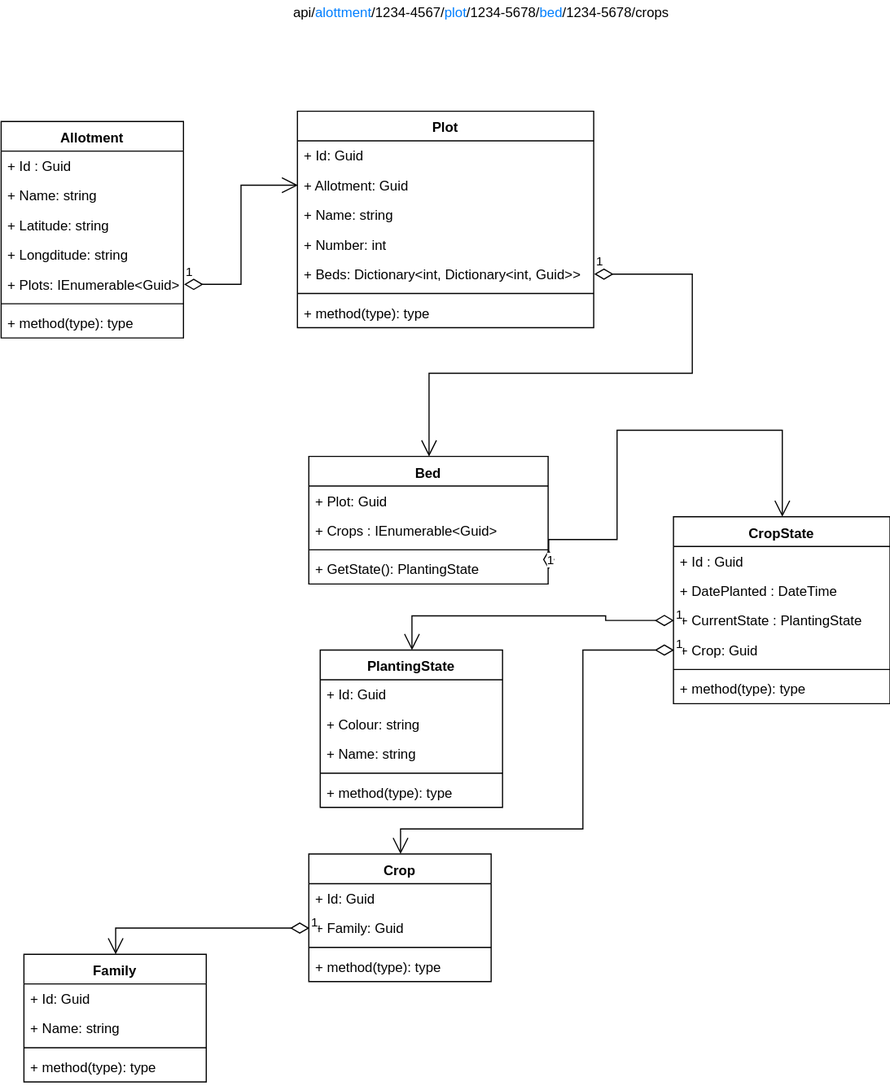
The draw.io diagram docs/architecture/ClassDiagram.svg in SvenPam/Yield-Allotmenteering-App, before a commit. Source tidied: cells renumbered, new cells last; positions are measured from the earlier drawing's top-left corner, leaving out a move shared by most shapes.
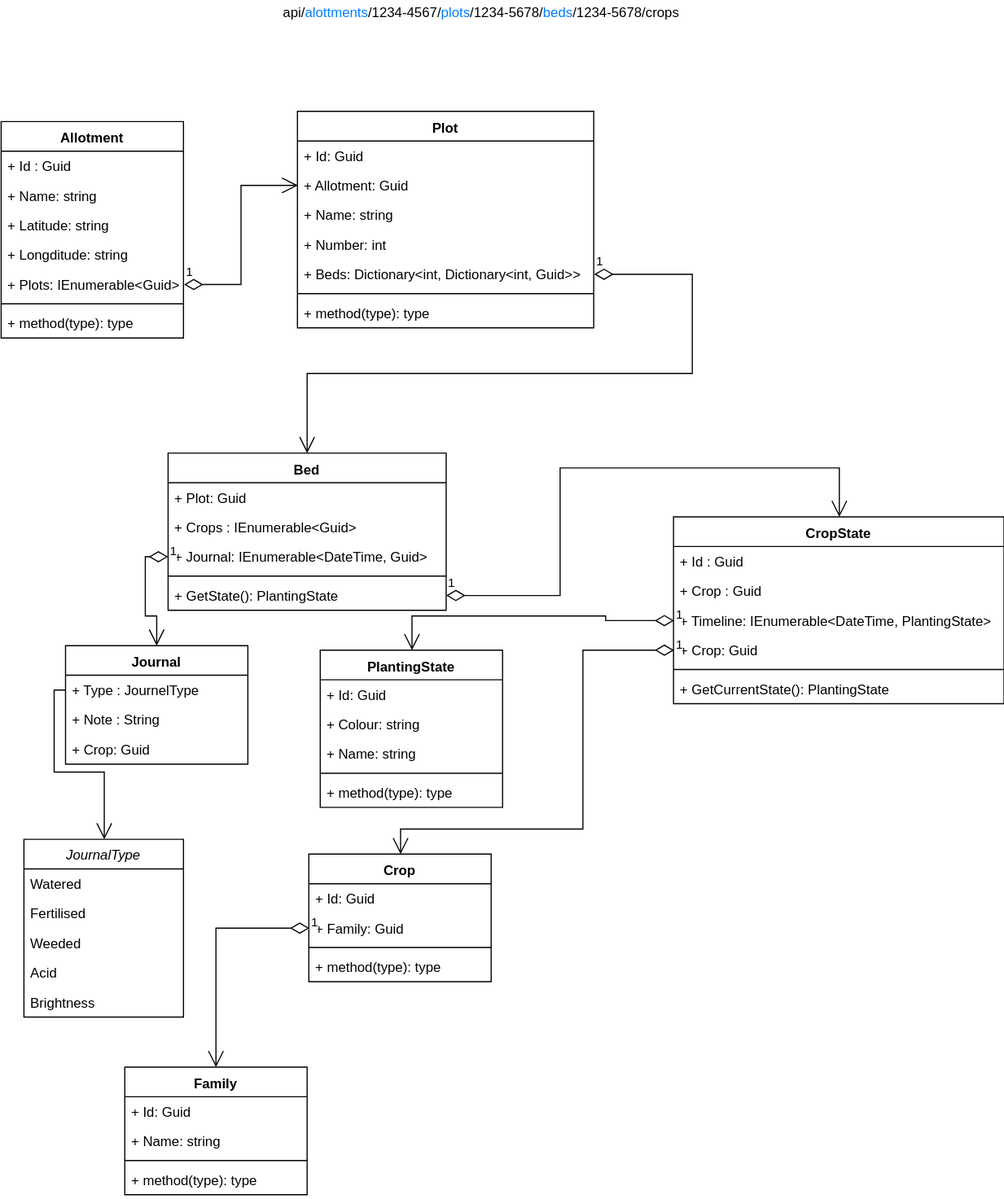
The same diagram one commit later.

What changed in the source:
```diff
@@ -66,22 +66,25 @@
       <mxGeometry y="86" width="160" height="26" as="geometry" />
     </mxCell>
     <mxCell id="23" value="Bed" style="swimlane;fontStyle=1;align=center;verticalAlign=top;horizontal=1;startSize=26;" parent="1" vertex="1">
-      <mxGeometry x="269.5" y="400" width="210" height="112" as="geometry" />
+      <mxGeometry x="146" y="397" width="244" height="138" as="geometry" />
     </mxCell>
     <mxCell id="24" value="+ Plot: Guid" style="text;strokeColor=none;fillColor=none;align=left;verticalAlign=top;spacingLeft=4;spacingRight=4;overflow=hidden;" parent="23" vertex="1">
-      <mxGeometry y="26" width="210" height="26" as="geometry" />
+      <mxGeometry y="26" width="244" height="26" as="geometry" />
     </mxCell>
     <mxCell id="25" value="+ Crops : IEnumerable&lt;Guid&gt;" style="text;strokeColor=none;fillColor=none;align=left;verticalAlign=top;spacingLeft=4;spacingRight=4;overflow=hidden;" parent="23" vertex="1">
-      <mxGeometry y="52" width="210" height="26" as="geometry" />
+      <mxGeometry y="52" width="244" height="26" as="geometry" />
     </mxCell>
+    <mxCell id="53" value="+ Journal: IEnumerable&lt;DateTime, Guid&gt;" style="text;strokeColor=none;fillColor=none;align=left;verticalAlign=top;spacingLeft=4;spacingRight=4;overflow=hidden;points=[[0,0.5],[1,0.5]];portConstraint=eastwest;" parent="23" vertex="1">
+      <mxGeometry y="78" width="244" height="26" as="geometry" />
+    </mxCell>
     <mxCell id="26" style="line;strokeWidth=1;fillColor=none;align=left;verticalAlign=middle;spacingTop=-1;spacingLeft=3;spacingRight=3;labelPosition=right;" parent="23" vertex="1">
-      <mxGeometry y="78" width="210" height="8" as="geometry" />
+      <mxGeometry y="104" width="244" height="8" as="geometry" />
     </mxCell>
     <mxCell id="27" value="+ GetState(): PlantingState" style="text;strokeColor=none;fillColor=none;align=left;verticalAlign=top;spacingLeft=4;spacingRight=4;overflow=hidden;points=[[0,0.5],[1,0.5]];portConstraint=eastwest;" parent="23" vertex="1">
-      <mxGeometry y="86" width="210" height="26" as="geometry" />
+      <mxGeometry y="112" width="244" height="26" as="geometry" />
     </mxCell>
     <mxCell id="28" value="Family" style="swimlane;fontStyle=1;align=center;verticalAlign=top;horizontal=1;startSize=26;" parent="1" vertex="1">
-      <mxGeometry x="19.5" y="837" width="160" height="112" as="geometry" />
+      <mxGeometry x="108" y="936" width="160" height="112" as="geometry" />
     </mxCell>
     <mxCell id="29" value="+ Id: Guid" style="text;strokeColor=none;fillColor=none;align=left;verticalAlign=top;spacingLeft=4;spacingRight=4;overflow=hidden;" parent="28" vertex="1">
       <mxGeometry y="26" width="160" height="26" as="geometry" />
@@ -114,25 +117,25 @@
       <mxGeometry y="112" width="160" height="26" as="geometry" />
     </mxCell>
     <mxCell id="39" value="CropState" style="swimlane;fontStyle=1;align=center;verticalAlign=top;horizontal=1;startSize=26;" parent="1" vertex="1">
-      <mxGeometry x="589.5" y="453" width="190" height="164" as="geometry" />
+      <mxGeometry x="589.5" y="453" width="290" height="164" as="geometry" />
     </mxCell>
     <mxCell id="40" value="+ Id : Guid" style="text;strokeColor=none;fillColor=none;align=left;verticalAlign=top;spacingLeft=4;spacingRight=4;overflow=hidden;" parent="39" vertex="1">
-      <mxGeometry y="26" width="190" height="26" as="geometry" />
+      <mxGeometry y="26" width="290" height="26" as="geometry" />
     </mxCell>
-    <mxCell id="41" value="+ DatePlanted : DateTime&#10;&#10;" style="text;strokeColor=none;fillColor=none;align=left;verticalAlign=top;spacingLeft=4;spacingRight=4;overflow=hidden;" parent="39" vertex="1">
-      <mxGeometry y="52" width="190" height="26" as="geometry" />
+    <mxCell id="41" value="+ Crop : Guid&#10;" style="text;strokeColor=none;fillColor=none;align=left;verticalAlign=top;spacingLeft=4;spacingRight=4;overflow=hidden;" parent="39" vertex="1">
+      <mxGeometry y="52" width="290" height="26" as="geometry" />
     </mxCell>
-    <mxCell id="42" value="+ CurrentState : PlantingState" style="text;strokeColor=none;fillColor=none;align=left;verticalAlign=top;spacingLeft=4;spacingRight=4;overflow=hidden;points=[[0,0.5],[1,0.5]];portConstraint=eastwest;" parent="39" vertex="1">
-      <mxGeometry y="78" width="190" height="26" as="geometry" />
+    <mxCell id="42" value="+ Timeline: IEnumerable&lt;DateTime, PlantingState&gt;" style="text;strokeColor=none;fillColor=none;align=left;verticalAlign=top;spacingLeft=4;spacingRight=4;overflow=hidden;points=[[0,0.5],[1,0.5]];portConstraint=eastwest;" parent="39" vertex="1">
+      <mxGeometry y="78" width="290" height="26" as="geometry" />
     </mxCell>
     <mxCell id="43" value="+ Crop: Guid" style="text;strokeColor=none;fillColor=none;align=left;verticalAlign=top;spacingLeft=4;spacingRight=4;overflow=hidden;points=[[0,0.5],[1,0.5]];portConstraint=eastwest;" parent="39" vertex="1">
-      <mxGeometry y="104" width="190" height="26" as="geometry" />
+      <mxGeometry y="104" width="290" height="26" as="geometry" />
     </mxCell>
     <mxCell id="44" style="line;strokeWidth=1;fillColor=none;align=left;verticalAlign=middle;spacingTop=-1;spacingLeft=3;spacingRight=3;labelPosition=right;" parent="39" vertex="1">
-      <mxGeometry y="130" width="190" height="8" as="geometry" />
+      <mxGeometry y="130" width="290" height="8" as="geometry" />
     </mxCell>
-    <mxCell id="45" value="+ method(type): type" style="text;strokeColor=none;fillColor=none;align=left;verticalAlign=top;spacingLeft=4;spacingRight=4;overflow=hidden;" parent="39" vertex="1">
-      <mxGeometry y="138" width="190" height="26" as="geometry" />
+    <mxCell id="45" value="+ GetCurrentState(): PlantingState" style="text;strokeColor=none;fillColor=none;align=left;verticalAlign=top;spacingLeft=4;spacingRight=4;overflow=hidden;" parent="39" vertex="1">
+      <mxGeometry y="138" width="290" height="26" as="geometry" />
     </mxCell>
     <mxCell id="46" value="1" style="endArrow=open;html=1;endSize=12;startArrow=diamondThin;startSize=14;startFill=0;edgeStyle=orthogonalEdgeStyle;align=left;verticalAlign=bottom;exitX=1;exitY=0.5;exitDx=0;exitDy=0;entryX=0;entryY=0.5;entryDx=0;entryDy=0;strokeColor=#000000;rounded=0;" parent="1" edge="1" source="7" target="12">
       <mxGeometry x="-1" y="3" relative="1" as="geometry" />
@@ -142,16 +145,16 @@
         <Array as="points">
           <mxPoint x="606" y="240" />
           <mxPoint x="606" y="327" />
-          <mxPoint x="375" y="327" />
+          <mxPoint x="268" y="327" />
         </Array>
       </mxGeometry>
     </mxCell>
     <mxCell id="48" value="1" style="endArrow=open;html=1;endSize=12;startArrow=diamondThin;startSize=14;startFill=0;edgeStyle=orthogonalEdgeStyle;align=left;verticalAlign=bottom;exitX=1;exitY=0.5;exitDx=0;exitDy=0;entryX=0.5;entryY=0;entryDx=0;entryDy=0;strokeColor=#000000;rounded=0;" parent="1" edge="1" source="27" target="39">
       <mxGeometry x="-1" y="3" relative="1" as="geometry">
         <Array as="points">
-          <mxPoint x="539.5" y="473" />
-          <mxPoint x="539.5" y="377" />
-          <mxPoint x="684.5" y="377" />
+          <mxPoint x="490" y="522" />
+          <mxPoint x="490" y="410" />
+          <mxPoint x="735" y="410" />
         </Array>
       </mxGeometry>
     </mxCell>
@@ -176,8 +179,50 @@
     <mxCell id="51" value="1" style="endArrow=open;html=1;endSize=12;startArrow=diamondThin;startSize=14;startFill=0;edgeStyle=orthogonalEdgeStyle;align=left;verticalAlign=bottom;exitX=0;exitY=0.5;exitDx=0;exitDy=0;entryX=0.5;entryY=0;entryDx=0;entryDy=0;strokeColor=#000000;rounded=0;" parent="1" edge="1" source="20" target="28">
       <mxGeometry x="-1" y="3" relative="1" as="geometry" />
     </mxCell>
-    <mxCell id="52" value="api/&lt;font color=&quot;#007fff&quot;&gt;alottment&lt;/font&gt;/1234-4567/&lt;font color=&quot;#007fff&quot;&gt;plot&lt;/font&gt;/1234-5678/&lt;font color=&quot;#007fff&quot;&gt;bed&lt;/font&gt;/1234-5678/crops" style="text;html=1;strokeColor=none;fillColor=none;align=center;verticalAlign=middle;whiteSpace=wrap;rounded=0;" parent="1" vertex="1">
+    <mxCell id="52" value="api/&lt;font color=&quot;#007fff&quot;&gt;alottments&lt;/font&gt;/1234-4567/&lt;font color=&quot;#007fff&quot;&gt;plots&lt;/font&gt;/1234-5678/&lt;font color=&quot;#007fff&quot;&gt;beds&lt;/font&gt;/1234-5678/crops" style="text;html=1;strokeColor=none;fillColor=none;align=center;verticalAlign=middle;whiteSpace=wrap;rounded=0;" parent="1" vertex="1">
       <mxGeometry x="66" width="710" height="20" as="geometry" />
     </mxCell>
+    <mxCell id="54" value="Journal" style="swimlane;fontStyle=1;align=center;verticalAlign=top;horizontal=1;startSize=26;" parent="1" vertex="1">
+      <mxGeometry x="56" y="566" width="160" height="104" as="geometry" />
+    </mxCell>
+    <mxCell id="55" value="+ Type : JournelType" style="text;strokeColor=none;fillColor=none;align=left;verticalAlign=top;spacingLeft=4;spacingRight=4;overflow=hidden;points=[[0,0.5],[1,0.5]];portConstraint=eastwest;" parent="54" vertex="1">
+      <mxGeometry y="26" width="160" height="26" as="geometry" />
+    </mxCell>
+    <mxCell id="56" value="+ Note : String" style="text;strokeColor=none;fillColor=none;align=left;verticalAlign=top;spacingLeft=4;spacingRight=4;overflow=hidden;" parent="54" vertex="1">
+      <mxGeometry y="52" width="160" height="26" as="geometry" />
+    </mxCell>
+    <mxCell id="57" value="+ Crop: Guid" style="text;strokeColor=none;fillColor=none;align=left;verticalAlign=top;spacingLeft=4;spacingRight=4;overflow=hidden;" parent="54" vertex="1">
+      <mxGeometry y="78" width="160" height="26" as="geometry" />
+    </mxCell>
+    <mxCell id="58" value="JournalType" style="swimlane;fontStyle=2;horizontal=1;startSize=26;fillColor=none;" parent="1" vertex="1">
+      <mxGeometry x="19.5" y="736" width="140" height="156" as="geometry" />
+    </mxCell>
+    <mxCell id="59" value="Watered" style="text;strokeColor=none;fillColor=none;align=left;verticalAlign=top;spacingLeft=4;spacingRight=4;overflow=hidden;" parent="58" vertex="1">
+      <mxGeometry y="26" width="140" height="26" as="geometry" />
+    </mxCell>
+    <mxCell id="60" value="Fertilised" style="text;strokeColor=none;fillColor=none;align=left;verticalAlign=top;spacingLeft=4;spacingRight=4;overflow=hidden;" parent="58" vertex="1">
+      <mxGeometry y="52" width="140" height="26" as="geometry" />
+    </mxCell>
+    <mxCell id="61" value="Weeded" style="text;strokeColor=none;fillColor=none;align=left;verticalAlign=top;spacingLeft=4;spacingRight=4;overflow=hidden;" parent="58" vertex="1">
+      <mxGeometry y="78" width="140" height="26" as="geometry" />
+    </mxCell>
+    <mxCell id="62" value="Acid" style="text;strokeColor=none;fillColor=none;align=left;verticalAlign=top;spacingLeft=4;spacingRight=4;overflow=hidden;" parent="58" vertex="1">
+      <mxGeometry y="104" width="140" height="26" as="geometry" />
+    </mxCell>
+    <mxCell id="63" value="Brightness" style="text;strokeColor=none;fillColor=none;align=left;verticalAlign=top;spacingLeft=4;spacingRight=4;overflow=hidden;" parent="58" vertex="1">
+      <mxGeometry y="130" width="140" height="26" as="geometry" />
+    </mxCell>
+    <mxCell id="64" value="1" style="endArrow=open;html=1;endSize=12;startArrow=diamondThin;startSize=14;startFill=0;edgeStyle=orthogonalEdgeStyle;align=left;verticalAlign=bottom;exitX=0;exitY=0.5;exitDx=0;exitDy=0;entryX=0.5;entryY=0;entryDx=0;entryDy=0;strokeColor=#000000;rounded=0;" parent="1" edge="1" source="53" target="54">
+      <mxGeometry x="-1" y="3" relative="1" as="geometry">
+        <Array as="points">
+          <mxPoint x="126" y="488" />
+          <mxPoint x="126" y="540" />
+          <mxPoint x="136" y="540" />
+        </Array>
+      </mxGeometry>
+    </mxCell>
+    <mxCell id="65" style="endArrow=open;endFill=1;endSize=12;html=1;exitX=0;exitY=0.5;exitDx=0;exitDy=0;entryX=0.5;entryY=0;entryDx=0;entryDy=0;edgeStyle=orthogonalEdgeStyle;rounded=0;" parent="1" edge="1" source="55" target="58">
+      <mxGeometry relative="1" as="geometry" />
+    </mxCell>
   </root>
 </mxGraphModel>
```
